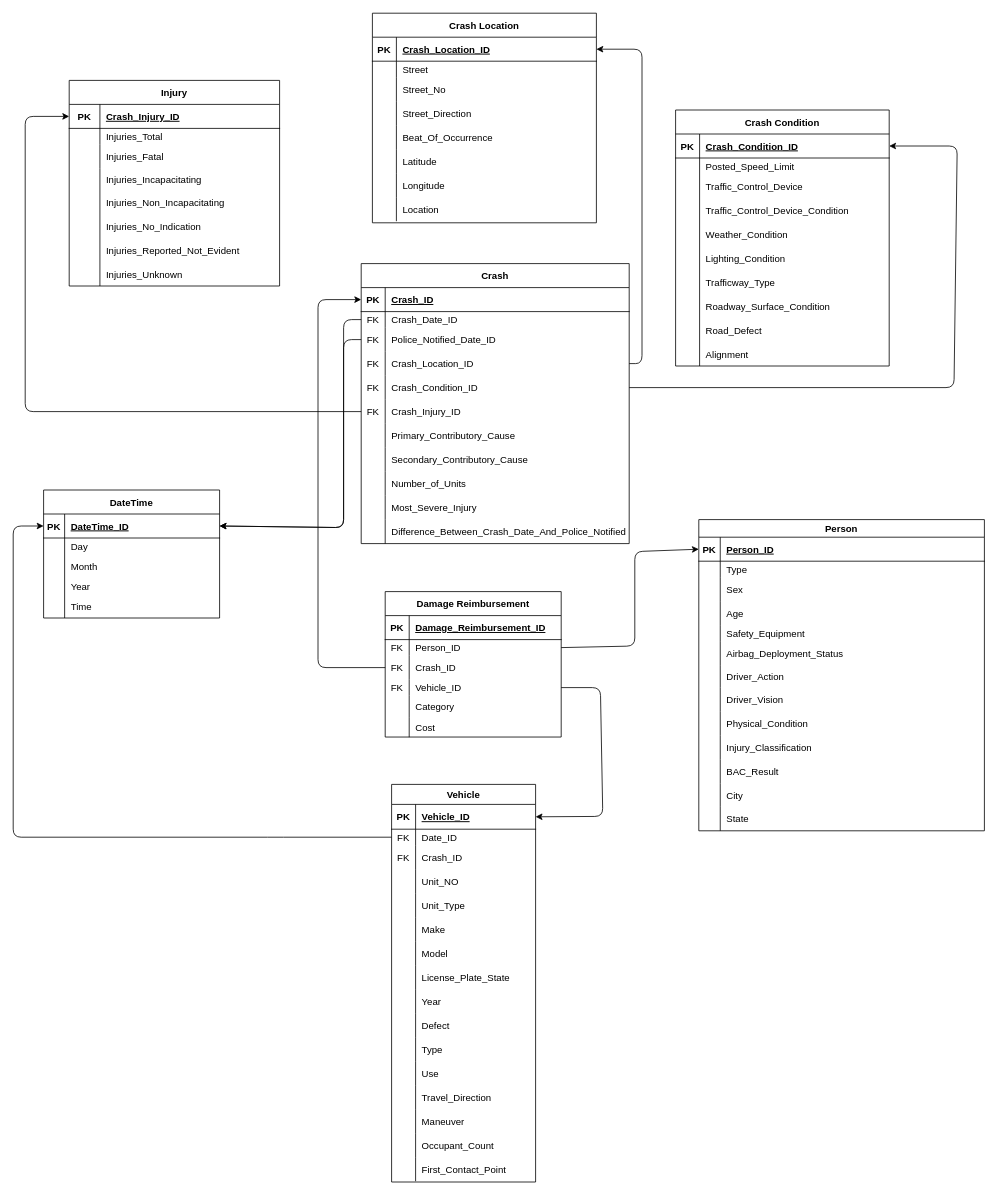
Above: Data Warehouse Schema/DW Schema.drawio in SaraHoxha/lds-dw-modelling (draw.io), before the change. Source tidied: cells renumbered, new cells numbered last; positions are measured from the earlier drawing's top-left corner, leaving out a move shared by most shapes. Both pictures are drawn from the tidied source at 80%, with x=0, y=0 at pixel (13, 13).
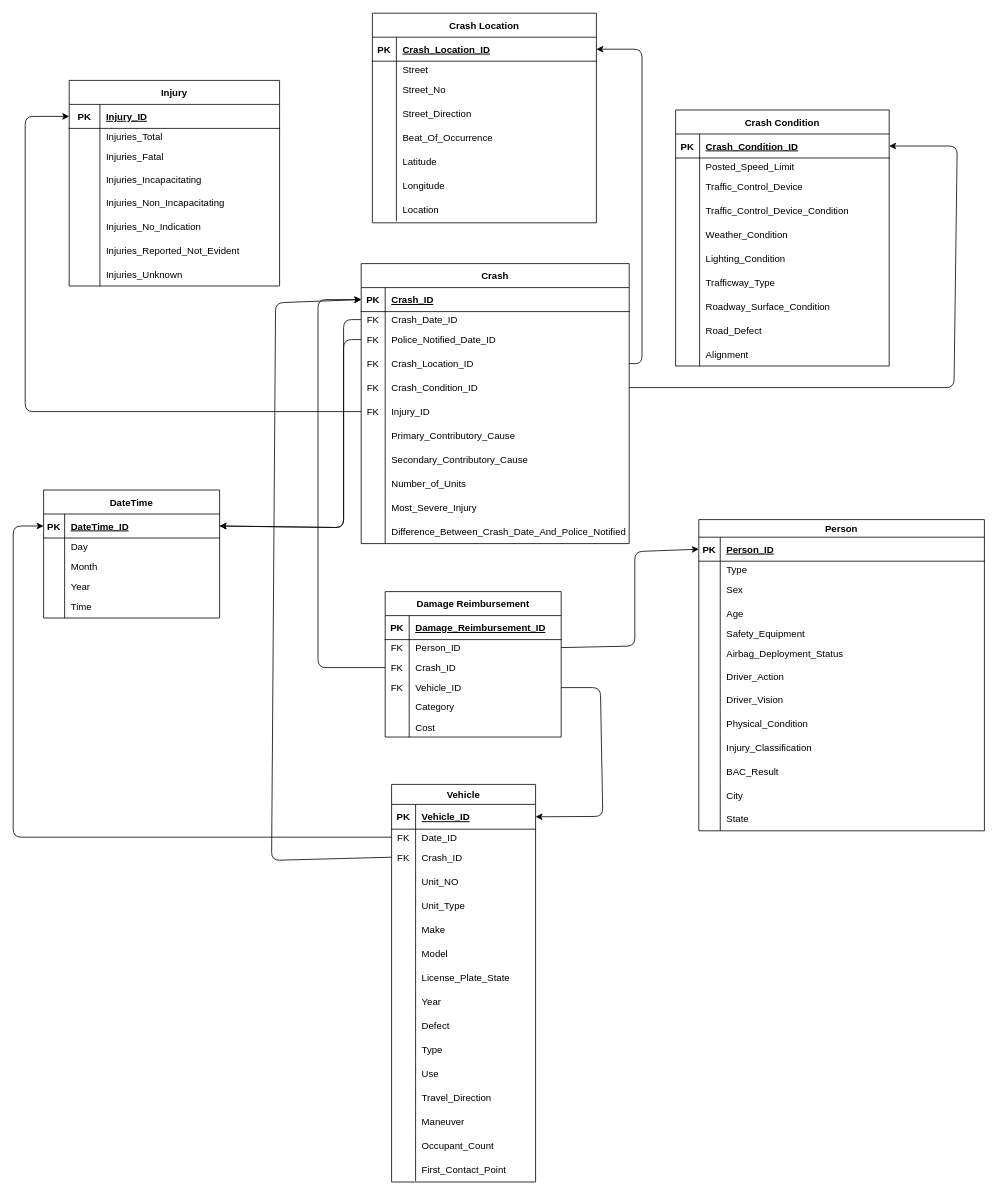
The same page after the edit.

Unchanged cells that the change refers to:
```xml
<mxCell id="99" style="shape=tableRow;horizontal=0;startSize=0;swimlaneHead=0;swimlaneBody=0;fillColor=none;points=[[0,0.5],[1,0.5]];portConstraint=eastwest;top=0;left=0;right=0;bottom=0;" parent="92" vertex="1">
  <mxGeometry y="76" width="180" height="30" as="geometry" />
</mxCell>
<mxCell id="142" style="shape=tableRow;horizontal=0;startSize=0;swimlaneHead=0;swimlaneBody=0;fillColor=none;points=[[0,0.5],[1,0.5]];portConstraint=eastwest;top=0;left=0;right=0;bottom=1;" parent="141" vertex="1">
  <mxGeometry y="30" width="335" height="30" as="geometry" />
</mxCell>
<mxCell id="157" style="shape=tableRow;horizontal=0;startSize=0;swimlaneHead=0;swimlaneBody=0;fillColor=none;points=[[0,0.5],[1,0.5]];portConstraint=eastwest;top=0;left=0;right=0;bottom=0;" parent="141" vertex="1">
  <mxGeometry y="170" width="335" height="30" as="geometry" />
</mxCell>
<mxCell id="176" style="shape=tableRow;horizontal=0;startSize=0;swimlaneHead=0;swimlaneBody=0;fillColor=none;points=[[0,0.5],[1,0.5]];portConstraint=eastwest;top=0;left=0;right=0;bottom=1;" parent="175" vertex="1">
  <mxGeometry y="30" width="263" height="30" as="geometry" />
</mxCell>
```

What changed in the source:
```diff
@@
-    <mxCell id="159" value="Crash_Injury_ID" style="shape=partialRectangle;fillColor=none;top=0;left=0;bottom=0;right=0;align=left;spacingLeft=6;fontStyle=0;overflow=hidden;" parent="157" vertex="1">
+    <mxCell id="159" value="Injury_ID" style="shape=partialRectangle;fillColor=none;top=0;left=0;bottom=0;right=0;align=left;spacingLeft=6;fontStyle=0;overflow=hidden;" parent="157" vertex="1">
       <mxGeometry x="30" width="305" height="30" as="geometry" />
     </mxCell>
@@
-    <mxCell id="178" value="Crash_Injury_ID" style="shape=partialRectangle;fillColor=none;top=0;left=0;bottom=0;right=0;align=left;spacingLeft=6;fontStyle=5;overflow=hidden;" parent="176" vertex="1">
+    <mxCell id="178" value="Injury_ID" style="shape=partialRectangle;fillColor=none;top=0;left=0;bottom=0;right=0;align=left;spacingLeft=6;fontStyle=5;overflow=hidden;" parent="176" vertex="1">
       <mxGeometry x="38.4" width="224.6" height="30" as="geometry" />
     </mxCell>
@@
+    <mxCell id="250" style="edgeStyle=none;html=1;exitX=0;exitY=0.5;exitDx=0;exitDy=0;entryX=0;entryY=0.5;entryDx=0;entryDy=0;" parent="1" edge="1" source="99" target="142">
+      <mxGeometry relative="1" as="geometry">
+        <Array as="points">
+          <mxPoint x="323" y="1059" />
+          <mxPoint x="328" y="362" />
+        </Array>
+      </mxGeometry>
+    </mxCell>
```
